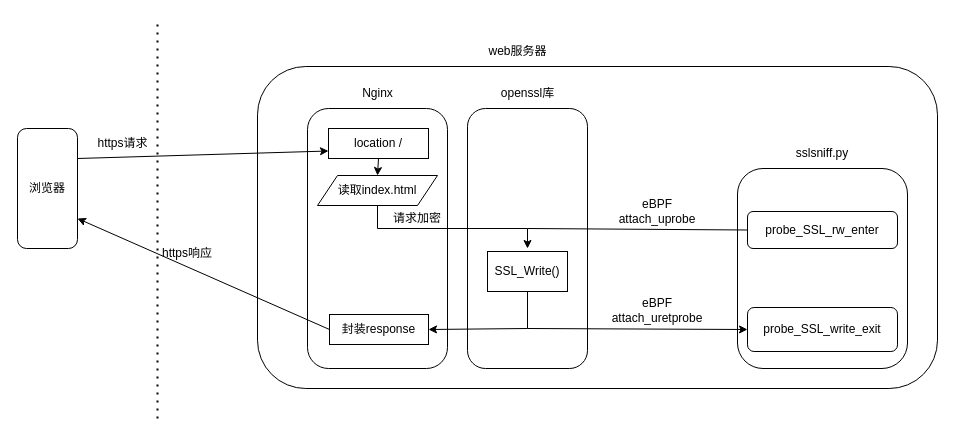
The draw.io diagram work/eBPD_sslsniff.drawio in baibaip/diagrams, before the edit. Source tidied: cells renumbered, new cells numbered last; positions are measured from the earlier drawing's top-left corner, leaving out a move shared by most shapes. Both pictures are drawn from the tidied source at 100%, with x=0, y=0 at pixel (17, 18).
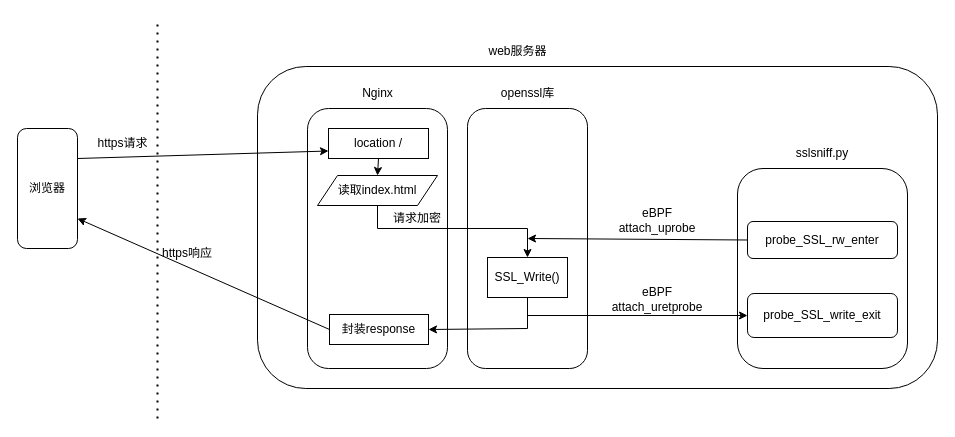
Above is the later version.

The change refers to these unchanged cells:
```xml
<mxCell id="8" value="读取index.html" style="shape=parallelogram;perimeter=parallelogramPerimeter;whiteSpace=wrap;html=1;fixedSize=1;" parent="1" vertex="1">
  <mxGeometry x="300" y="157" width="120" height="30" as="geometry" />
</mxCell>
```

Change to the diagram source:
```diff
@@
     <mxCell id="11" value="SSL_Write()" style="rounded=0;whiteSpace=wrap;html=1;" parent="1" vertex="1">
-      <mxGeometry x="470" y="233" width="80" height="40" as="geometry" />
+      <mxGeometry x="470" y="239" width="80" height="40" as="geometry" />
     </mxCell>
@@
-    <mxCell id="13" style="endArrow=classic;html=1;rounded=0;exitX=0.5;exitY=1;exitDx=0;exitDy=0;" parent="1" edge="1" source="8">
+    <mxCell id="13" style="endArrow=classic;html=1;rounded=0;exitX=0.5;exitY=1;exitDx=0;exitDy=0;entryX=0.5;entryY=0;entryDx=0;entryDy=0;" parent="1" edge="1" source="8" target="11">
       <mxGeometry relative="1" as="geometry">
-        <mxPoint x="510" y="230" as="targetPoint" />
         <Array as="points">
           <mxPoint x="360" y="210" />
           <mxPoint x="510" y="210" />
         </Array>
       </mxGeometry>
     </mxCell>
@@
     <mxCell id="24" value="probe_SSL_rw_enter" style="rounded=1;whiteSpace=wrap;html=1;" parent="1" vertex="1">
-      <mxGeometry x="730" y="193" width="150" height="37" as="geometry" />
+      <mxGeometry x="730" y="203" width="150" height="37" as="geometry" />
     </mxCell>
-    <mxCell id="25" style="endArrow=none;html=1;rounded=0;exitX=0;exitY=0.5;exitDx=0;exitDy=0;" parent="1" edge="1" source="24">
-      <mxGeometry relative="1" as="geometry">
-        <mxPoint x="510" y="210" as="targetPoint" />
-      </mxGeometry>
-    </mxCell>
     <mxCell id="26" value="eBPF&lt;div&gt;attach_uprobe&lt;br&gt;&lt;/div&gt;" style="text;html=1;align=center;verticalAlign=middle;whiteSpace=wrap;rounded=0;" parent="1" vertex="1">
-      <mxGeometry x="600" y="178" width="80" height="30" as="geometry" />
+      <mxGeometry x="600" y="187" width="80" height="30" as="geometry" />
     </mxCell>
     <mxCell id="27" value="probe_SSL_write_exit" style="rounded=1;whiteSpace=wrap;html=1;" parent="1" vertex="1">
-      <mxGeometry x="730" y="289" width="150" height="44" as="geometry" />
+      <mxGeometry x="730" y="275" width="150" height="44" as="geometry" />
     </mxCell>
     <mxCell id="28" style="endArrow=classic;html=1;rounded=0;entryX=0;entryY=0.5;entryDx=0;entryDy=0;" parent="1" edge="1" target="27">
       <mxGeometry relative="1" as="geometry">
-        <mxPoint x="510" y="310" as="sourcePoint" />
+        <mxPoint x="510" y="297" as="sourcePoint" />
       </mxGeometry>
     </mxCell>
     <mxCell id="29" value="eBPF&lt;div&gt;attach_uretprobe&lt;br&gt;&lt;/div&gt;" style="text;html=1;align=center;verticalAlign=middle;whiteSpace=wrap;rounded=0;" parent="1" vertex="1">
-      <mxGeometry x="600" y="277" width="80" height="30" as="geometry" />
+      <mxGeometry x="600" y="266" width="80" height="30" as="geometry" />
     </mxCell>
+    <mxCell id="30" style="endArrow=classic;html=1;rounded=0;exitX=0;exitY=0.5;exitDx=0;exitDy=0;" parent="1" edge="1" source="24">
+      <mxGeometry relative="1" as="geometry">
+        <mxPoint x="510" y="220" as="targetPoint" />
+      </mxGeometry>
+    </mxCell>
```
